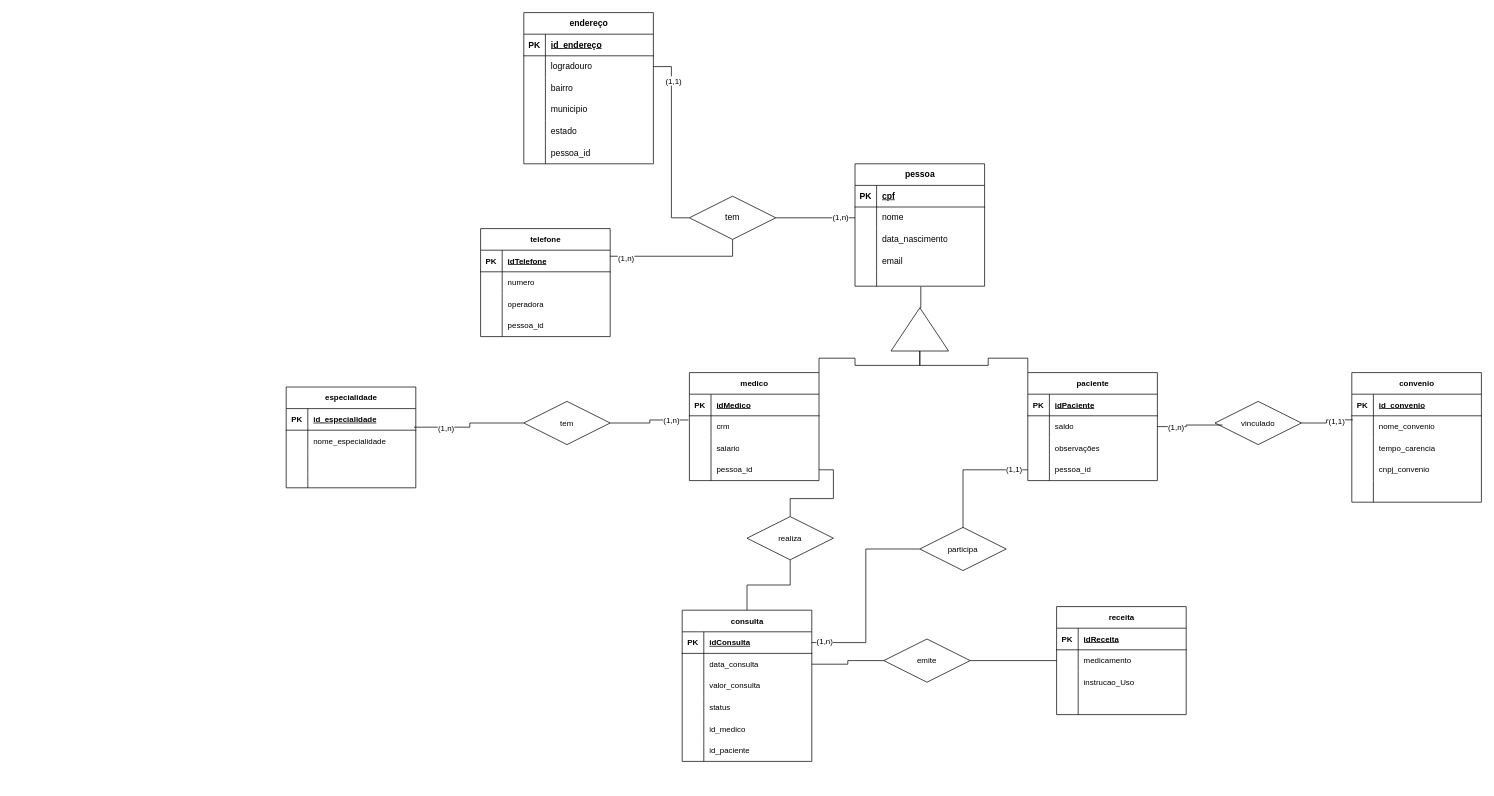
Before: clinica.drawio in bbrtbr/BancoDadosClinica-CRUD, a draw.io diagram. Source tidied: cells renumbered, new cells numbered last; positions are measured from the earlier drawing's top-left corner, leaving out a move shared by most shapes. Both pictures are drawn from the tidied source at 72%, with x=0, y=0 at pixel (286, 12).
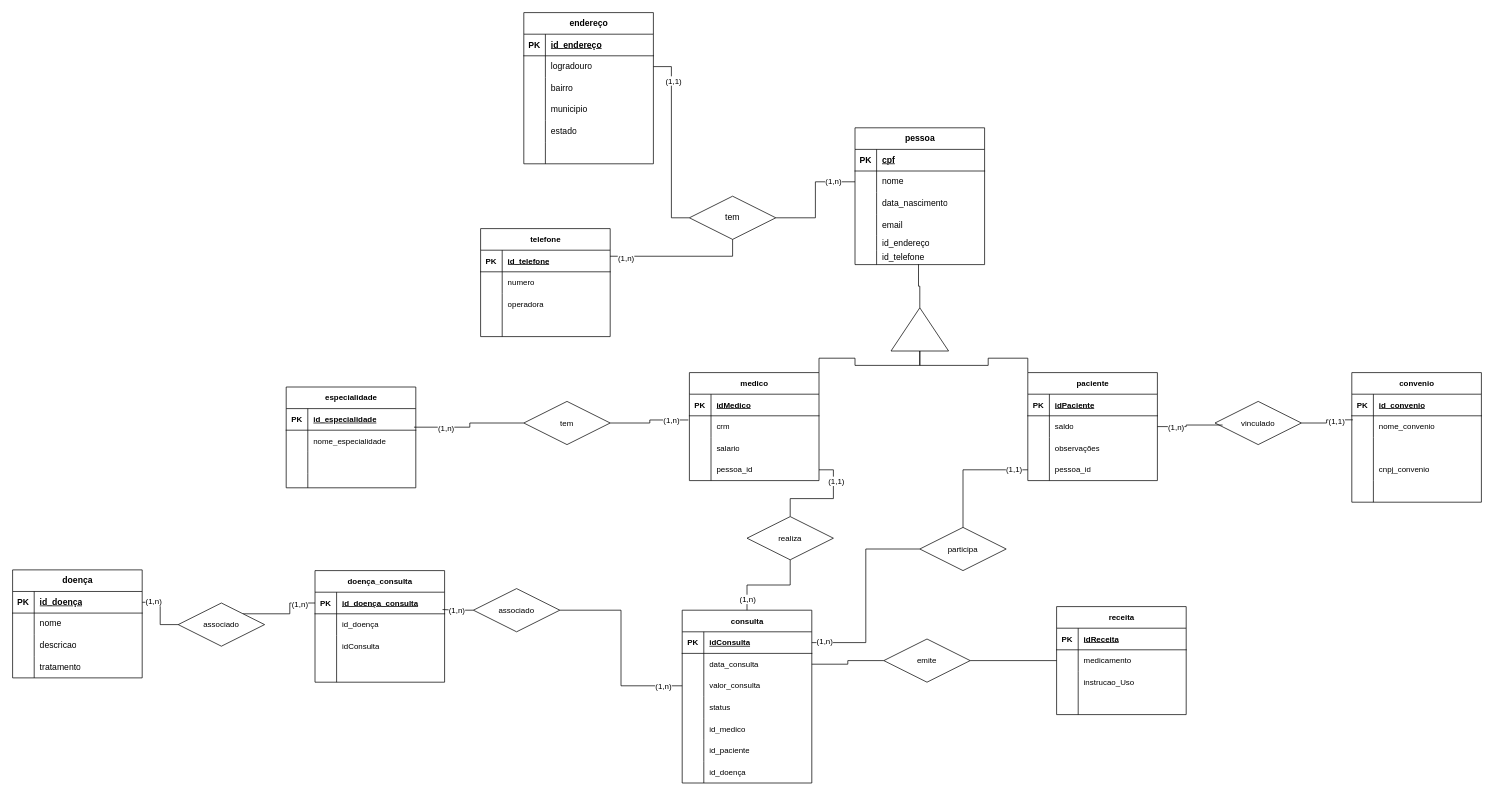
Above is the later version.

Unchanged cells that the change refers to:
```xml
<mxCell id="15" style="shape=tableRow;horizontal=0;startSize=0;swimlaneHead=0;swimlaneBody=0;fillColor=none;points=[[0,0.5],[1,0.5]];portConstraint=eastwest;top=0;left=0;right=0;bottom=0;" parent="2" vertex="1">
  <mxGeometry y="150" width="180" height="20" as="geometry" />
</mxCell>
<mxCell id="34" style="shape=tableRow;horizontal=0;startSize=0;swimlaneHead=0;swimlaneBody=0;fillColor=none;top=0;left=0;right=0;bottom=0;" parent="18" vertex="1">
  <mxGeometry y="180" width="180" height="30" as="geometry" />
</mxCell>
<mxCell id="95" style="shape=tableRow;horizontal=0;startSize=0;swimlaneHead=0;swimlaneBody=0;fillColor=none;points=[[0,0.5],[1,0.5]];portConstraint=eastwest;top=0;left=0;right=0;bottom=0;fontFamily=Helvetica;fontSize=11;fontColor=default;" parent="88" vertex="1">
  <mxGeometry y="90" width="180" height="30" as="geometry" />
</mxCell>
<mxCell id="123" style="edgeStyle=orthogonalEdgeStyle;shape=connector;rounded=0;jettySize=auto;html=1;entryX=1;entryY=0.5;entryDx=0;entryDy=0;labelBackgroundColor=default;strokeColor=default;align=center;verticalAlign=middle;fontFamily=Helvetica;fontSize=11;fontColor=default;endArrow=none;endFill=0;" parent="1" edge="1" source="125" target="53">
  <mxGeometry relative="1" as="geometry" />
</mxCell>
<mxCell id="124" style="edgeStyle=orthogonalEdgeStyle;shape=connector;rounded=0;jettySize=auto;html=1;exitX=0.5;exitY=1;exitDx=0;exitDy=0;labelBackgroundColor=default;strokeColor=default;align=center;verticalAlign=middle;fontFamily=Helvetica;fontSize=11;fontColor=default;endArrow=none;endFill=0;" parent="1" edge="1" source="125" target="88">
  <mxGeometry relative="1" as="geometry" />
</mxCell>
<mxCell id="127" style="shape=tableRow;horizontal=0;startSize=0;swimlaneHead=0;swimlaneBody=0;fillColor=none;points=[[0,0.5],[1,0.5]];portConstraint=eastwest;top=0;left=0;right=0;bottom=1;fontFamily=Helvetica;fontSize=11;fontColor=default;" parent="126" vertex="1">
  <mxGeometry y="30" width="180" height="30" as="geometry" />
</mxCell>
<mxCell id="136" style="shape=tableRow;horizontal=0;startSize=0;swimlaneHead=0;swimlaneBody=0;fillColor=none;top=0;left=0;right=0;bottom=0;fontFamily=Helvetica;fontSize=11;fontColor=default;" parent="126" vertex="1">
  <mxGeometry y="120" width="180" height="30" as="geometry" />
</mxCell>
<mxCell id="148" style="shape=tableRow;horizontal=0;startSize=0;swimlaneHead=0;swimlaneBody=0;fillColor=none;top=0;left=0;right=0;bottom=0;fontFamily=Helvetica;fontSize=11;fontColor=default;" parent="141" vertex="1">
  <mxGeometry y="90" width="180" height="30" as="geometry" />
</mxCell>
<mxCell id="162" style="triangle;whiteSpace=wrap;html=1;rotation=-90;" parent="1" vertex="1">
  <mxGeometry x="850" y="400" width="60" height="80" as="geometry" />
</mxCell>
```

The edit, as a diff of the source:
```diff
@@
     <mxCell id="2" value="pessoa" style="shape=table;startSize=30;childLayout=tableLayout;rowLines=0;fontStyle=1;align=center;html=1;" parent="1" vertex="1">
-      <mxGeometry x="790" y="210" width="180" height="170" as="geometry" />
+      <mxGeometry x="790" y="160" width="180" height="190" as="geometry" />
     </mxCell>
@@
-    <mxCell id="17" style="shape=partialRectangle;fillColor=none;top=0;left=0;bottom=0;right=0;align=left;spacingLeft=6;overflow=hidden;whiteSpace=wrap;html=1;" parent="15" vertex="1">
+    <mxCell id="17" value="id_endereço" style="shape=partialRectangle;fillColor=none;top=0;left=0;bottom=0;right=0;align=left;spacingLeft=6;overflow=hidden;whiteSpace=wrap;html=1;" parent="15" vertex="1">
       <mxGeometry x="30" width="150" height="20" as="geometry" />
     </mxCell>
+    <mxCell id="169" style="shape=tableRow;horizontal=0;startSize=0;swimlaneHead=0;swimlaneBody=0;fillColor=none;points=[[0,0.5],[1,0.5]];portConstraint=eastwest;top=0;left=0;right=0;bottom=0;" parent="2" vertex="1">
+      <mxGeometry y="170" width="180" height="20" as="geometry" />
+    </mxCell>
+    <mxCell id="170" style="shape=partialRectangle;fillColor=none;top=0;left=0;bottom=0;right=0;overflow=hidden;whiteSpace=wrap;html=1;" parent="169" vertex="1">
+      <mxGeometry width="30" height="20" as="geometry" />
+    </mxCell>
+    <mxCell id="171" value="id_telefone" style="shape=partialRectangle;fillColor=none;top=0;left=0;bottom=0;right=0;align=left;spacingLeft=6;overflow=hidden;whiteSpace=wrap;html=1;" parent="169" vertex="1">
+      <mxGeometry x="30" width="150" height="20" as="geometry" />
+    </mxCell>
@@
-    <mxCell id="36" value="pessoa_id" style="shape=partialRectangle;fillColor=none;top=0;left=0;bottom=0;right=0;align=left;spacingLeft=6;overflow=hidden;whiteSpace=wrap;html=1;" parent="34" vertex="1">
+    <mxCell id="36" style="shape=partialRectangle;fillColor=none;top=0;left=0;bottom=0;right=0;align=left;spacingLeft=6;overflow=hidden;whiteSpace=wrap;html=1;" parent="34" vertex="1">
       <mxGeometry x="30" width="150" height="30" as="geometry" />
     </mxCell>
@@
     <mxCell id="88" value="consulta" style="shape=table;startSize=30;childLayout=tableLayout;rowLines=0;fontStyle=1;align=center;html=1;fontFamily=Helvetica;fontSize=11;fontColor=default;" parent="1" vertex="1">
-      <mxGeometry x="550" y="830" width="180" height="210" as="geometry" />
+      <mxGeometry x="550" y="830" width="180" height="240" as="geometry" />
     </mxCell>
@@
+    <mxCell id="172" style="shape=tableRow;horizontal=0;startSize=0;swimlaneHead=0;swimlaneBody=0;fillColor=none;top=0;left=0;right=0;bottom=0;fontFamily=Helvetica;fontSize=11;fontColor=default;" parent="88" vertex="1">
+      <mxGeometry y="210" width="180" height="30" as="geometry" />
+    </mxCell>
+    <mxCell id="173" style="shape=partialRectangle;fillColor=none;top=0;left=0;bottom=0;right=0;overflow=hidden;whiteSpace=wrap;html=1;fontFamily=Helvetica;fontSize=11;fontColor=default;" parent="172" vertex="1">
+      <mxGeometry width="30" height="30" as="geometry" />
+    </mxCell>
+    <mxCell id="174" value="id_doença" style="shape=partialRectangle;fillColor=none;top=0;left=0;bottom=0;right=0;align=left;spacingLeft=6;overflow=hidden;whiteSpace=wrap;html=1;fontFamily=Helvetica;fontSize=11;fontColor=default;" parent="172" vertex="1">
+      <mxGeometry x="30" width="150" height="30" as="geometry" />
+    </mxCell>
@@
+    <mxCell id="175" value="(1,1)" style="edgeLabel;html=1;align=center;verticalAlign=middle;" parent="123" vertex="1">
+      <mxGeometry x="0.52" y="-3" relative="1" as="geometry" />
+    </mxCell>
@@
+    <mxCell id="176" value="(1,n)" style="edgeLabel;html=1;align=center;verticalAlign=middle;" parent="124" vertex="1">
+      <mxGeometry x="0.75" relative="1" as="geometry" />
+    </mxCell>
@@
-    <mxCell id="129" value="idTelefone" style="shape=partialRectangle;fillColor=none;top=0;left=0;bottom=0;right=0;align=left;spacingLeft=6;fontStyle=5;overflow=hidden;whiteSpace=wrap;html=1;fontFamily=Helvetica;fontSize=11;fontColor=default;" parent="127" vertex="1">
+    <mxCell id="129" value="id_telefone" style="shape=partialRectangle;fillColor=none;top=0;left=0;bottom=0;right=0;align=left;spacingLeft=6;fontStyle=5;overflow=hidden;whiteSpace=wrap;html=1;fontFamily=Helvetica;fontSize=11;fontColor=default;" parent="127" vertex="1">
       <mxGeometry x="30" width="150" height="30" as="geometry" />
     </mxCell>
@@
-    <mxCell id="138" value="pessoa_id" style="shape=partialRectangle;fillColor=none;top=0;left=0;bottom=0;right=0;align=left;spacingLeft=6;overflow=hidden;whiteSpace=wrap;html=1;fontFamily=Helvetica;fontSize=11;fontColor=default;" parent="136" vertex="1">
+    <mxCell id="138" style="shape=partialRectangle;fillColor=none;top=0;left=0;bottom=0;right=0;align=left;spacingLeft=6;overflow=hidden;whiteSpace=wrap;html=1;fontFamily=Helvetica;fontSize=11;fontColor=default;" parent="136" vertex="1">
       <mxGeometry x="30" width="150" height="30" as="geometry" />
     </mxCell>
@@
-    <mxCell id="150" value="tempo_carencia" style="shape=partialRectangle;fillColor=none;top=0;left=0;bottom=0;right=0;align=left;spacingLeft=6;overflow=hidden;whiteSpace=wrap;html=1;fontFamily=Helvetica;fontSize=11;fontColor=default;" parent="148" vertex="1">
+    <mxCell id="150" style="shape=partialRectangle;fillColor=none;top=0;left=0;bottom=0;right=0;align=left;spacingLeft=6;overflow=hidden;whiteSpace=wrap;html=1;fontFamily=Helvetica;fontSize=11;fontColor=default;" parent="148" vertex="1">
       <mxGeometry x="30" width="150" height="30" as="geometry" />
     </mxCell>
@@
-    <mxCell id="163" style="edgeStyle=orthogonalEdgeStyle;shape=connector;rounded=0;jettySize=auto;html=1;exitX=1;exitY=0.5;exitDx=0;exitDy=0;entryX=0.508;entryY=1.04;entryDx=0;entryDy=0;entryPerimeter=0;labelBackgroundColor=default;strokeColor=default;align=center;verticalAlign=middle;fontFamily=Helvetica;fontSize=11;fontColor=default;endArrow=none;endFill=0;" parent="1" edge="1" source="162" target="15">
-      <mxGeometry relative="1" as="geometry" />
-    </mxCell>
@@
+    <mxCell id="177" style="edgeStyle=orthogonalEdgeStyle;rounded=0;jettySize=auto;html=1;exitX=1;exitY=0.5;exitDx=0;exitDy=0;entryX=0.49;entryY=0.98;entryDx=0;entryDy=0;entryPerimeter=0;endArrow=none;endFill=0;" parent="1" edge="1" source="162" target="169">
+      <mxGeometry relative="1" as="geometry" />
+    </mxCell>
+    <mxCell id="178" value="doença" style="shape=table;startSize=30;childLayout=tableLayout;rowLines=0;fontStyle=1;align=center;html=1;" parent="1" vertex="1">
+      <mxGeometry x="-380" y="774" width="180" height="150" as="geometry" />
+    </mxCell>
+    <mxCell id="179" style="shape=tableRow;horizontal=0;startSize=0;swimlaneHead=0;swimlaneBody=0;fillColor=none;points=[[0,0.5],[1,0.5]];portConstraint=eastwest;top=0;left=0;right=0;bottom=1;" parent="178" vertex="1">
+      <mxGeometry y="30" width="180" height="30" as="geometry" />
+    </mxCell>
+    <mxCell id="180" value="PK" style="shape=partialRectangle;fillColor=none;top=0;left=0;bottom=0;right=0;fontStyle=1;overflow=hidden;whiteSpace=wrap;html=1;" parent="179" vertex="1">
+      <mxGeometry width="30" height="30" as="geometry" />
+    </mxCell>
+    <mxCell id="181" value="id_doença" style="shape=partialRectangle;fillColor=none;top=0;left=0;bottom=0;right=0;align=left;spacingLeft=6;fontStyle=5;overflow=hidden;whiteSpace=wrap;html=1;" parent="179" vertex="1">
+      <mxGeometry x="30" width="150" height="30" as="geometry" />
+    </mxCell>
+    <mxCell id="182" style="shape=tableRow;horizontal=0;startSize=0;swimlaneHead=0;swimlaneBody=0;fillColor=none;top=0;left=0;right=0;bottom=0;" parent="178" vertex="1">
+      <mxGeometry y="60" width="180" height="30" as="geometry" />
+    </mxCell>
+    <mxCell id="183" style="shape=partialRectangle;fillColor=none;top=0;left=0;bottom=0;right=0;overflow=hidden;whiteSpace=wrap;html=1;" parent="182" vertex="1">
+      <mxGeometry width="30" height="30" as="geometry" />
+    </mxCell>
+    <mxCell id="184" value="nome" style="shape=partialRectangle;fillColor=none;top=0;left=0;bottom=0;right=0;align=left;spacingLeft=6;overflow=hidden;whiteSpace=wrap;html=1;" parent="182" vertex="1">
+      <mxGeometry x="30" width="150" height="30" as="geometry" />
+    </mxCell>
+    <mxCell id="185" style="shape=tableRow;horizontal=0;startSize=0;swimlaneHead=0;swimlaneBody=0;fillColor=none;top=0;left=0;right=0;bottom=0;" parent="178" vertex="1">
+      <mxGeometry y="90" width="180" height="30" as="geometry" />
+    </mxCell>
+    <mxCell id="186" style="shape=partialRectangle;fillColor=none;top=0;left=0;bottom=0;right=0;overflow=hidden;whiteSpace=wrap;html=1;" parent="185" vertex="1">
+      <mxGeometry width="30" height="30" as="geometry" />
+    </mxCell>
+    <mxCell id="187" value="descricao" style="shape=partialRectangle;fillColor=none;top=0;left=0;bottom=0;right=0;align=left;spacingLeft=6;overflow=hidden;whiteSpace=wrap;html=1;" parent="185" vertex="1">
+      <mxGeometry x="30" width="150" height="30" as="geometry" />
+    </mxCell>
+    <mxCell id="188" style="shape=tableRow;horizontal=0;startSize=0;swimlaneHead=0;swimlaneBody=0;fillColor=none;top=0;left=0;right=0;bottom=0;" parent="178" vertex="1">
+      <mxGeometry y="120" width="180" height="30" as="geometry" />
+    </mxCell>
+    <mxCell id="189" style="shape=partialRectangle;fillColor=none;top=0;left=0;bottom=0;right=0;overflow=hidden;whiteSpace=wrap;html=1;" parent="188" vertex="1">
+      <mxGeometry width="30" height="30" as="geometry" />
+    </mxCell>
+    <mxCell id="190" value="tratamento" style="shape=partialRectangle;fillColor=none;top=0;left=0;bottom=0;right=0;align=left;spacingLeft=6;overflow=hidden;whiteSpace=wrap;html=1;" parent="188" vertex="1">
+      <mxGeometry x="30" width="150" height="30" as="geometry" />
+    </mxCell>
+    <mxCell id="191" style="edgeStyle=orthogonalEdgeStyle;rounded=0;jettySize=auto;html=1;entryX=0;entryY=0.5;entryDx=0;entryDy=0;endArrow=none;endFill=0;exitX=1;exitY=0.5;exitDx=0;exitDy=0;" parent="1" edge="1" source="206" target="95">
+      <mxGeometry relative="1" as="geometry" />
+    </mxCell>
+    <mxCell id="192" value="(1,n)" style="edgeLabel;html=1;align=center;verticalAlign=middle;fontSize=11;fontFamily=Helvetica;fontColor=default;" parent="191" vertex="1">
+      <mxGeometry x="0.8" relative="1" as="geometry" />
+    </mxCell>
+    <mxCell id="193" value="doença_consulta" style="shape=table;startSize=30;childLayout=tableLayout;rowLines=0;fontStyle=1;align=center;html=1;fontFamily=Helvetica;fontSize=11;fontColor=default;" parent="1" vertex="1">
+      <mxGeometry x="40" y="775" width="180" height="155" as="geometry" />
+    </mxCell>
+    <mxCell id="194" style="shape=tableRow;horizontal=0;startSize=0;swimlaneHead=0;swimlaneBody=0;fillColor=none;points=[[0,0.5],[1,0.5]];portConstraint=eastwest;top=0;left=0;right=0;bottom=1;fontFamily=Helvetica;fontSize=11;fontColor=default;" parent="193" vertex="1">
+      <mxGeometry y="30" width="180" height="30" as="geometry" />
+    </mxCell>
+    <mxCell id="195" value="PK" style="shape=partialRectangle;fillColor=none;top=0;left=0;bottom=0;right=0;fontStyle=1;overflow=hidden;whiteSpace=wrap;html=1;fontFamily=Helvetica;fontSize=11;fontColor=default;" parent="194" vertex="1">
+      <mxGeometry width="30" height="30" as="geometry" />
+    </mxCell>
+    <mxCell id="196" value="id_doença_consulta" style="shape=partialRectangle;fillColor=none;top=0;left=0;bottom=0;right=0;align=left;spacingLeft=6;fontStyle=5;overflow=hidden;whiteSpace=wrap;html=1;fontFamily=Helvetica;fontSize=11;fontColor=default;" parent="194" vertex="1">
+      <mxGeometry x="30" width="150" height="30" as="geometry" />
+    </mxCell>
+    <mxCell id="197" style="shape=tableRow;horizontal=0;startSize=0;swimlaneHead=0;swimlaneBody=0;fillColor=none;points=[[0,0.5],[1,0.5]];portConstraint=eastwest;top=0;left=0;right=0;bottom=0;fontFamily=Helvetica;fontSize=11;fontColor=default;" parent="193" vertex="1">
+      <mxGeometry y="60" width="180" height="30" as="geometry" />
+    </mxCell>
+    <mxCell id="198" style="shape=partialRectangle;fillColor=none;top=0;left=0;bottom=0;right=0;overflow=hidden;whiteSpace=wrap;html=1;fontFamily=Helvetica;fontSize=11;fontColor=default;" parent="197" vertex="1">
+      <mxGeometry width="30" height="30" as="geometry" />
+    </mxCell>
+    <mxCell id="199" value="id_doença" style="shape=partialRectangle;fillColor=none;top=0;left=0;bottom=0;right=0;align=left;spacingLeft=6;overflow=hidden;whiteSpace=wrap;html=1;fontFamily=Helvetica;fontSize=11;fontColor=default;" parent="197" vertex="1">
+      <mxGeometry x="30" width="150" height="30" as="geometry" />
+    </mxCell>
+    <mxCell id="200" style="shape=tableRow;horizontal=0;startSize=0;swimlaneHead=0;swimlaneBody=0;fillColor=none;top=0;left=0;right=0;bottom=0;fontFamily=Helvetica;fontSize=11;fontColor=default;" parent="193" vertex="1">
+      <mxGeometry y="90" width="180" height="30" as="geometry" />
+    </mxCell>
+    <mxCell id="201" style="shape=partialRectangle;fillColor=none;top=0;left=0;bottom=0;right=0;overflow=hidden;whiteSpace=wrap;html=1;fontFamily=Helvetica;fontSize=11;fontColor=default;" parent="200" vertex="1">
+      <mxGeometry width="30" height="30" as="geometry" />
+    </mxCell>
+    <mxCell id="202" value="idConsulta" style="shape=partialRectangle;fillColor=none;top=0;left=0;bottom=0;right=0;align=left;spacingLeft=6;overflow=hidden;whiteSpace=wrap;html=1;fontFamily=Helvetica;fontSize=11;fontColor=default;" parent="200" vertex="1">
+      <mxGeometry x="30" width="150" height="30" as="geometry" />
+    </mxCell>
+    <mxCell id="203" style="shape=tableRow;horizontal=0;startSize=0;swimlaneHead=0;swimlaneBody=0;fillColor=none;top=0;left=0;right=0;bottom=0;fontFamily=Helvetica;fontSize=11;fontColor=default;" parent="193" vertex="1">
+      <mxGeometry y="120" width="180" height="35" as="geometry" />
+    </mxCell>
+    <mxCell id="204" style="shape=partialRectangle;fillColor=none;top=0;left=0;bottom=0;right=0;overflow=hidden;whiteSpace=wrap;html=1;fontFamily=Helvetica;fontSize=11;fontColor=default;" parent="203" vertex="1">
+      <mxGeometry width="30" height="35" as="geometry" />
+    </mxCell>
+    <mxCell id="205" style="shape=partialRectangle;fillColor=none;top=0;left=0;bottom=0;right=0;align=left;spacingLeft=6;overflow=hidden;whiteSpace=wrap;html=1;fontFamily=Helvetica;fontSize=11;fontColor=default;" parent="203" vertex="1">
+      <mxGeometry x="30" width="150" height="35" as="geometry" />
+    </mxCell>
+    <mxCell id="206" value="associado" style="shape=rhombus;perimeter=rhombusPerimeter;whiteSpace=wrap;html=1;align=center;fontFamily=Helvetica;fontSize=11;fontColor=default;" parent="1" vertex="1">
+      <mxGeometry x="260" y="800" width="120" height="60" as="geometry" />
+    </mxCell>
+    <mxCell id="207" style="edgeStyle=orthogonalEdgeStyle;shape=connector;rounded=0;jettySize=auto;html=1;exitX=1;exitY=0;exitDx=0;exitDy=0;entryX=0;entryY=0.5;entryDx=0;entryDy=0;labelBackgroundColor=default;strokeColor=default;align=center;verticalAlign=middle;fontFamily=Helvetica;fontSize=11;fontColor=default;endArrow=none;endFill=0;" parent="1" edge="1" source="209" target="194">
+      <mxGeometry relative="1" as="geometry" />
+    </mxCell>
+    <mxCell id="208" value="(1,n)" style="edgeLabel;html=1;align=center;verticalAlign=middle;fontSize=11;fontFamily=Helvetica;fontColor=default;" parent="207" vertex="1">
+      <mxGeometry x="0.62" y="-1" relative="1" as="geometry" />
+    </mxCell>
+    <mxCell id="209" value="associado" style="shape=rhombus;perimeter=rhombusPerimeter;whiteSpace=wrap;html=1;align=center;fontFamily=Helvetica;fontSize=11;fontColor=default;" parent="1" vertex="1">
+      <mxGeometry x="-150" y="820" width="120" height="60" as="geometry" />
+    </mxCell>
+    <mxCell id="210" style="edgeStyle=orthogonalEdgeStyle;shape=connector;rounded=0;jettySize=auto;html=1;exitX=0;exitY=0.5;exitDx=0;exitDy=0;entryX=0.984;entryY=-0.196;entryDx=0;entryDy=0;entryPerimeter=0;labelBackgroundColor=default;strokeColor=default;align=center;verticalAlign=middle;fontFamily=Helvetica;fontSize=11;fontColor=default;endArrow=none;endFill=0;" parent="1" edge="1" source="206" target="197">
+      <mxGeometry relative="1" as="geometry" />
+    </mxCell>
+    <mxCell id="211" value="(1,n)" style="edgeLabel;html=1;align=center;verticalAlign=middle;fontSize=11;fontFamily=Helvetica;fontColor=default;" parent="210" vertex="1">
+      <mxGeometry x="0.1" y="1" relative="1" as="geometry" />
+    </mxCell>
+    <mxCell id="212" style="edgeStyle=orthogonalEdgeStyle;shape=connector;rounded=0;jettySize=auto;html=1;exitX=1;exitY=0.5;exitDx=0;exitDy=0;entryX=0;entryY=0.5;entryDx=0;entryDy=0;labelBackgroundColor=default;strokeColor=default;align=center;verticalAlign=middle;fontFamily=Helvetica;fontSize=11;fontColor=default;endArrow=none;endFill=0;" parent="1" edge="1" source="179" target="209">
+      <mxGeometry relative="1" as="geometry" />
+    </mxCell>
+    <mxCell id="213" value="(1,n)" style="edgeLabel;html=1;align=center;verticalAlign=middle;fontSize=11;fontFamily=Helvetica;fontColor=default;" parent="212" vertex="1">
+      <mxGeometry x="-0.64" y="2" relative="1" as="geometry" />
+    </mxCell>
```
